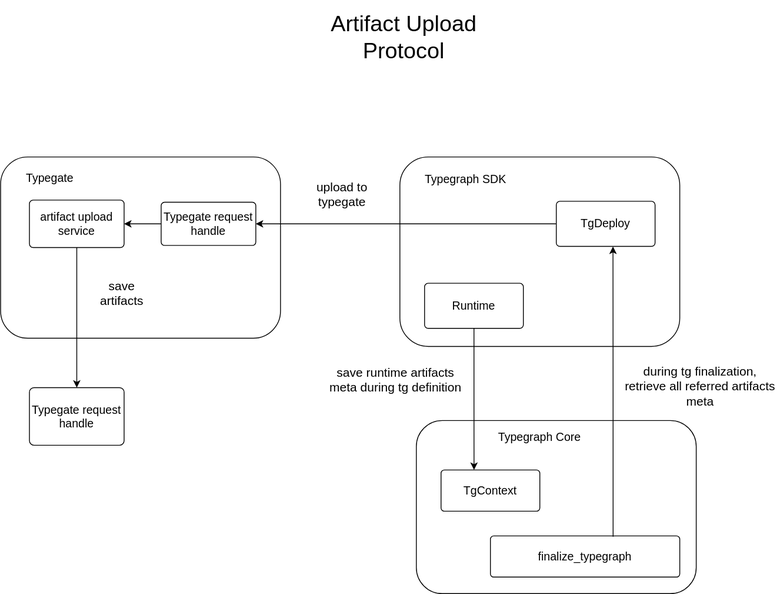
Before: docs/workflows/artifact_upload_protocol.drawio.svg, a diagram exported from draw.io (metatypedev/metatype). Source tidied: cells renumbered, new cells last; positions are measured from the earlier drawing's top-left corner, leaving out a move shared by most shapes.
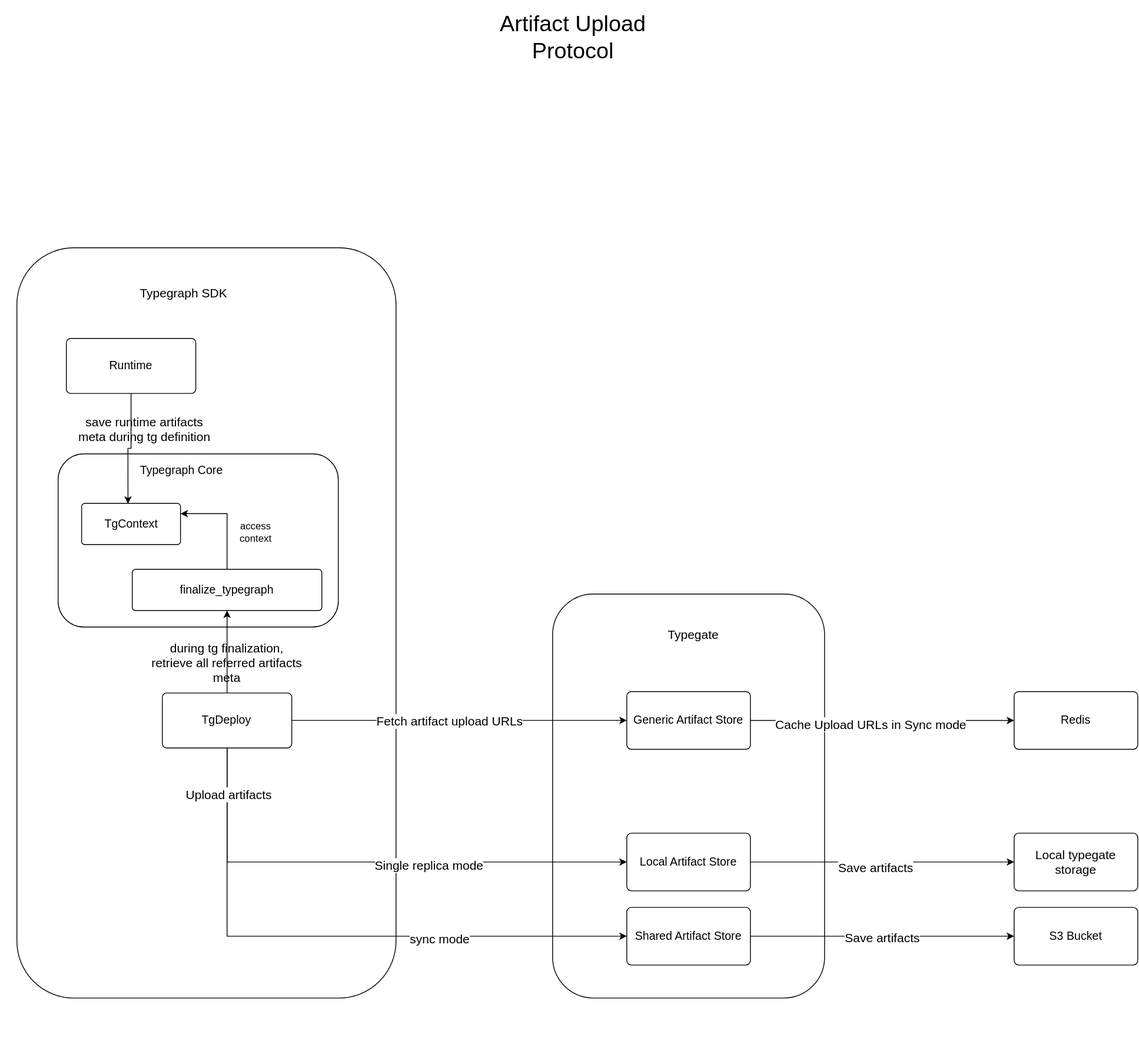
After the change.

Commit message:
chore(docs): update artifact upload protocol diagram

What changed in the source:
```diff
@@ -3,82 +3,129 @@
     <mxCell id="0" />
     <mxCell id="1" parent="0" />
     <mxCell id="2" value="&lt;font style=&quot;font-size: 27px;&quot;&gt;Artifact Upload Protocol&lt;/font&gt;" style="text;html=1;align=center;verticalAlign=middle;whiteSpace=wrap;rounded=0;" parent="1" vertex="1">
-      <mxGeometry x="365" width="250" height="90" as="geometry" />
+      <mxGeometry x="230" y="-60" width="250" height="90" as="geometry" />
     </mxCell>
-    <mxCell id="3" style="group;" parent="1" vertex="1">
-      <mxGeometry y="190" width="500" height="220" as="geometry" />
-    </mxCell>
-    <mxCell id="4" style="rounded=1;whiteSpace=wrap;html=1;" parent="3" vertex="1">
-      <mxGeometry width="340" height="220" as="geometry" />
-    </mxCell>
-    <mxCell id="5" value="&lt;font style=&quot;font-size: 14px;&quot;&gt;Typegate&lt;/font&gt;" style="text;html=1;align=center;verticalAlign=middle;whiteSpace=wrap;rounded=0;" parent="3" vertex="1">
-      <mxGeometry x="20" y="10.5" width="80" height="31.4" as="geometry" />
-    </mxCell>
-    <mxCell id="6" style="edgeStyle=orthogonalEdgeStyle;rounded=0;jettySize=auto;html=1;entryX=1;entryY=0.5;entryDx=0;entryDy=0;" parent="3" edge="1" source="7" target="8">
-      <mxGeometry relative="1" as="geometry" />
-    </mxCell>
-    <mxCell id="7" value="&lt;font style=&quot;font-size: 14px;&quot;&gt;Typegate request handle&lt;/font&gt;" style="rounded=1;whiteSpace=wrap;html=1;arcSize=8;" parent="3" vertex="1">
-      <mxGeometry x="195" y="55" width="115" height="52.4" as="geometry" />
-    </mxCell>
-    <mxCell id="8" value="&lt;font style=&quot;font-size: 14px;&quot;&gt;artifact upload service&lt;/font&gt;" style="rounded=1;whiteSpace=wrap;html=1;arcSize=8;align=center;" parent="3" vertex="1">
-      <mxGeometry x="35" y="52.4" width="115" height="57.6" as="geometry" />
-    </mxCell>
-    <mxCell id="9" value="&lt;font style=&quot;font-size: 15px;&quot;&gt;upload to typegate&lt;/font&gt;" style="text;html=1;align=center;verticalAlign=middle;whiteSpace=wrap;rounded=0;" parent="3" vertex="1">
-      <mxGeometry x="375" y="20" width="80" height="50" as="geometry" />
-    </mxCell>
-    <mxCell id="10" value="&lt;font style=&quot;font-size: 15px;&quot;&gt;save artifacts&lt;/font&gt;" style="text;html=1;align=center;verticalAlign=middle;whiteSpace=wrap;rounded=0;" parent="3" vertex="1">
-      <mxGeometry x="105" y="140" width="85" height="50" as="geometry" />
-    </mxCell>
-    <mxCell id="11" style="group;" parent="1" vertex="1">
-      <mxGeometry x="485" y="190" width="340" height="230" as="geometry" />
-    </mxCell>
-    <mxCell id="12" style="rounded=1;whiteSpace=wrap;html=1;" parent="11" vertex="1">
-      <mxGeometry width="340" height="230" as="geometry" />
-    </mxCell>
+    <mxCell id="27" style="group;" parent="1" vertex="1">
+      <mxGeometry x="-340" y="240" width="480" height="960" as="geometry" />
+    </mxCell>
+    <mxCell id="28" style="rounded=1;whiteSpace=wrap;html=1;" parent="27" vertex="1">
+      <mxGeometry x="20" width="460" height="910" as="geometry" />
+    </mxCell>
-    <mxCell id="13" value="&lt;font style=&quot;font-size: 14px;&quot;&gt;Typegraph SDK&lt;/font&gt;" style="text;html=1;align=center;verticalAlign=middle;whiteSpace=wrap;rounded=0;" parent="11" vertex="1">
-      <mxGeometry x="10" y="11" width="140" height="32.9" as="geometry" />
+    <mxCell id="13" value="&lt;font style=&quot;font-size: 15px;&quot;&gt;Typegraph SDK&lt;/font&gt;" style="text;html=1;align=center;verticalAlign=middle;whiteSpace=wrap;rounded=0;" parent="27" vertex="1">
+      <mxGeometry x="122.7" y="30" width="199.3" height="50.6" as="geometry" />
     </mxCell>
-    <mxCell id="14" value="&lt;font style=&quot;font-size: 14px;&quot;&gt;Runtime&lt;/font&gt;" style="rounded=1;whiteSpace=wrap;html=1;arcSize=8;" parent="11" vertex="1">
-      <mxGeometry x="30" y="153.3" width="120" height="54.8" as="geometry" />
-    </mxCell>
-    <mxCell id="15" value="&lt;font style=&quot;font-size: 14px;&quot;&gt;TgDeploy&lt;/font&gt;" style="rounded=1;whiteSpace=wrap;html=1;arcSize=8;" parent="11" vertex="1">
-      <mxGeometry x="190" y="53.8" width="120" height="54.8" as="geometry" />
-    </mxCell>
-    <mxCell id="16" style="group;" parent="1" vertex="1">
-      <mxGeometry x="505" y="510" width="340" height="210" as="geometry" />
-    </mxCell>
+    <mxCell id="29" style="group;" parent="27" vertex="1">
+      <mxGeometry x="70" y="250" width="340" height="210" as="geometry" />
+    </mxCell>
-    <mxCell id="17" style="rounded=1;whiteSpace=wrap;html=1;" parent="16" vertex="1">
+    <mxCell id="17" style="rounded=1;whiteSpace=wrap;html=1;" parent="29" vertex="1">
       <mxGeometry width="340" height="210" as="geometry" />
     </mxCell>
-    <mxCell id="18" value="&lt;font style=&quot;font-size: 14px;&quot;&gt;Typegraph Core&lt;/font&gt;" style="text;html=1;align=center;verticalAlign=middle;whiteSpace=wrap;rounded=0;" parent="16" vertex="1">
+    <mxCell id="18" value="&lt;font style=&quot;font-size: 14px;&quot;&gt;Typegraph Core&lt;/font&gt;" style="text;html=1;align=center;verticalAlign=middle;whiteSpace=wrap;rounded=0;" parent="29" vertex="1">
       <mxGeometry x="80" y="5" width="140" height="30" as="geometry" />
     </mxCell>
-    <mxCell id="19" value="&lt;font style=&quot;font-size: 14px;&quot;&gt;TgContext&lt;/font&gt;" style="rounded=1;whiteSpace=wrap;html=1;arcSize=8;" parent="16" vertex="1">
-      <mxGeometry x="30" y="60" width="120" height="50" as="geometry" />
+    <mxCell id="19" value="&lt;font style=&quot;font-size: 14px;&quot;&gt;TgContext&lt;/font&gt;" style="rounded=1;whiteSpace=wrap;html=1;arcSize=8;" parent="29" vertex="1">
+      <mxGeometry x="28.5" y="60" width="120" height="50" as="geometry" />
     </mxCell>
+    <mxCell id="30" style="edgeStyle=orthogonalEdgeStyle;rounded=0;jettySize=auto;html=1;entryX=1;entryY=0.25;entryDx=0;entryDy=0;" parent="29" edge="1" source="20" target="19">
+      <mxGeometry relative="1" as="geometry" />
+    </mxCell>
-    <mxCell id="20" value="&lt;span style=&quot;font-size: 14px;&quot;&gt;finalize_typegraph&lt;/span&gt;" style="rounded=1;whiteSpace=wrap;html=1;arcSize=8;" parent="16" vertex="1">
+    <mxCell id="20" value="&lt;span style=&quot;font-size: 14px;&quot;&gt;finalize_typegraph&lt;/span&gt;" style="rounded=1;whiteSpace=wrap;html=1;arcSize=8;" parent="29" vertex="1">
       <mxGeometry x="90" y="140" width="230" height="50" as="geometry" />
     </mxCell>
-    <mxCell id="21" value="&lt;font style=&quot;font-size: 14px;&quot;&gt;Typegate request handle&lt;/font&gt;" style="rounded=1;whiteSpace=wrap;html=1;arcSize=8;" parent="1" vertex="1">
-      <mxGeometry x="35" y="470" width="115" height="70" as="geometry" />
-    </mxCell>
-    <mxCell id="22" style="edgeStyle=orthogonalEdgeStyle;rounded=0;jettySize=auto;html=1;entryX=0.5;entryY=0;entryDx=0;entryDy=0;" parent="1" edge="1" source="8" target="21">
-      <mxGeometry relative="1" as="geometry" />
-    </mxCell>
-    <mxCell id="23" style="edgeStyle=orthogonalEdgeStyle;rounded=0;jettySize=auto;html=1;" parent="1" edge="1" source="15" target="7">
-      <mxGeometry relative="1" as="geometry" />
-    </mxCell>
+    <mxCell id="31" value="access context" style="text;html=1;align=center;verticalAlign=middle;whiteSpace=wrap;rounded=0;" parent="29" vertex="1">
+      <mxGeometry x="210" y="80" width="60" height="30" as="geometry" />
+    </mxCell>
+    <mxCell id="14" value="&lt;font style=&quot;font-size: 14px;&quot;&gt;Runtime&lt;/font&gt;" style="rounded=1;whiteSpace=wrap;html=1;arcSize=8;" parent="27" vertex="1">
+      <mxGeometry x="80" y="110" width="157.1" height="66.7" as="geometry" />
+    </mxCell>
-    <mxCell id="24" style="edgeStyle=orthogonalEdgeStyle;rounded=0;jettySize=auto;html=1;entryX=0.334;entryY=-0.002;entryDx=0;entryDy=0;entryPerimeter=0;" parent="1" edge="1" source="14" target="19">
+    <mxCell id="24" style="edgeStyle=orthogonalEdgeStyle;rounded=0;jettySize=auto;html=1;entryX=0.469;entryY=0.01;entryDx=0;entryDy=0;entryPerimeter=0;" parent="27" edge="1" source="14" target="19">
       <mxGeometry relative="1" as="geometry" />
     </mxCell>
-    <mxCell id="25" style="edgeStyle=orthogonalEdgeStyle;rounded=0;jettySize=auto;html=1;entryX=0.574;entryY=1.004;entryDx=0;entryDy=0;entryPerimeter=0;exitX=0.648;exitY=0.021;exitDx=0;exitDy=0;exitPerimeter=0;" parent="1" edge="1" source="20" target="15">
-      <mxGeometry relative="1" as="geometry" />
-    </mxCell>
-    <mxCell id="26" value="&lt;font style=&quot;font-size: 15px;&quot;&gt;save runtime artifacts meta during tg definition&lt;/font&gt;" style="text;html=1;align=center;verticalAlign=middle;whiteSpace=wrap;rounded=0;" parent="1" vertex="1">
-      <mxGeometry x="395" y="430" width="170" height="60" as="geometry" />
+    <mxCell id="26" value="&lt;font style=&quot;font-size: 15px;&quot;&gt;save runtime artifacts meta during tg definition&lt;/font&gt;" style="text;html=1;align=center;verticalAlign=middle;whiteSpace=wrap;rounded=0;" parent="27" vertex="1">
+      <mxGeometry x="90" y="190" width="170" height="60" as="geometry" />
     </mxCell>
-    <mxCell id="27" value="&lt;font style=&quot;font-size: 15px;&quot;&gt;during tg finalization, retrieve all referred artifacts meta&lt;/font&gt;" style="text;html=1;align=center;verticalAlign=middle;whiteSpace=wrap;rounded=0;" parent="1" vertex="1">
-      <mxGeometry x="755" y="445" width="190" height="45" as="geometry" />
-    </mxCell>
+    <mxCell id="32" style="edgeStyle=orthogonalEdgeStyle;rounded=0;jettySize=auto;html=1;entryX=0.5;entryY=1;entryDx=0;entryDy=0;" parent="27" edge="1" source="15" target="20">
+      <mxGeometry relative="1" as="geometry" />
+    </mxCell>
+    <mxCell id="15" value="&lt;font style=&quot;font-size: 14px;&quot;&gt;TgDeploy&lt;/font&gt;" style="rounded=1;whiteSpace=wrap;html=1;arcSize=8;" parent="27" vertex="1">
+      <mxGeometry x="196.5" y="540" width="157.1" height="66.7" as="geometry" />
+    </mxCell>
+    <mxCell id="33" value="&lt;font style=&quot;font-size: 15px;&quot;&gt;during tg finalization, retrieve all referred artifacts meta&lt;/font&gt;" style="text;html=1;align=center;verticalAlign=middle;whiteSpace=wrap;rounded=0;" parent="27" vertex="1">
+      <mxGeometry x="180" y="480" width="190" height="45" as="geometry" />
+    </mxCell>
+    <mxCell id="34" style="group;" parent="1" vertex="1">
+      <mxGeometry x="320" y="660" width="375" height="560" as="geometry" />
+    </mxCell>
+    <mxCell id="35" style="rounded=1;whiteSpace=wrap;html=1;" parent="34" vertex="1">
+      <mxGeometry x="10" width="330" height="490" as="geometry" />
+    </mxCell>
+    <mxCell id="5" value="&lt;font style=&quot;font-size: 15px;&quot;&gt;Typegate&lt;/font&gt;" style="text;html=1;align=center;verticalAlign=middle;whiteSpace=wrap;rounded=0;" parent="34" vertex="1">
+      <mxGeometry x="100" y="32.9" width="162.5" height="32.9" as="geometry" />
+    </mxCell>
+    <mxCell id="36" value="&lt;font style=&quot;font-size: 14px;&quot;&gt;Local Artifact Store&lt;/font&gt;" style="rounded=1;whiteSpace=wrap;html=1;arcSize=8;align=center;" parent="34" vertex="1">
+      <mxGeometry x="100" y="290" width="150" height="70" as="geometry" />
+    </mxCell>
+    <mxCell id="37" value="&lt;font style=&quot;font-size: 14px;&quot;&gt;Shared Artifact Store&lt;/font&gt;" style="rounded=1;whiteSpace=wrap;html=1;arcSize=8;align=center;" parent="34" vertex="1">
+      <mxGeometry x="100" y="380" width="150" height="70" as="geometry" />
+    </mxCell>
+    <mxCell id="38" value="&lt;font style=&quot;font-size: 14px;&quot;&gt;Generic Artifact Store&lt;/font&gt;" style="rounded=1;whiteSpace=wrap;html=1;arcSize=8;align=center;" parent="34" vertex="1">
+      <mxGeometry x="100" y="118.3" width="150" height="70" as="geometry" />
+    </mxCell>
+    <mxCell id="39" style="edgeStyle=orthogonalEdgeStyle;rounded=0;jettySize=auto;html=1;entryX=0;entryY=0.5;entryDx=0;entryDy=0;exitX=0.5;exitY=1;exitDx=0;exitDy=0;" parent="1" edge="1" source="15" target="36">
+      <mxGeometry relative="1" as="geometry">
+        <Array as="points">
+          <mxPoint x="-65" y="985" />
+        </Array>
+      </mxGeometry>
+    </mxCell>
+    <mxCell id="40" value="&lt;font style=&quot;font-size: 15px;&quot;&gt;Single replica mode&lt;/font&gt;" style="edgeLabel;html=1;align=center;verticalAlign=middle;" parent="39" vertex="1">
+      <mxGeometry x="0.23" y="-3" relative="1" as="geometry" />
+    </mxCell>
+    <mxCell id="41" style="edgeStyle=orthogonalEdgeStyle;rounded=0;jettySize=auto;html=1;entryX=0;entryY=0.5;entryDx=0;entryDy=0;exitX=0.5;exitY=1;exitDx=0;exitDy=0;" parent="1" edge="1" source="15" target="37">
+      <mxGeometry relative="1" as="geometry" />
+    </mxCell>
+    <mxCell id="42" value="&lt;font style=&quot;font-size: 15px;&quot;&gt;Upload artifacts&lt;/font&gt;" style="edgeLabel;html=1;align=center;verticalAlign=middle;" parent="41" vertex="1">
+      <mxGeometry x="-0.85" y="1" relative="1" as="geometry" />
+    </mxCell>
+    <mxCell id="43" value="sync mode" style="edgeLabel;html=1;align=center;verticalAlign=middle;fontSize=15;" parent="41" vertex="1">
+      <mxGeometry x="0.36" y="-2" relative="1" as="geometry" />
+    </mxCell>
+    <mxCell id="44" style="edgeStyle=orthogonalEdgeStyle;rounded=0;jettySize=auto;html=1;" parent="1" edge="1" source="15" target="38">
+      <mxGeometry relative="1" as="geometry" />
+    </mxCell>
+    <mxCell id="45" value="&lt;font style=&quot;font-size: 15px;&quot;&gt;Fetch artifact upload URLs&lt;/font&gt;" style="edgeLabel;html=1;align=center;verticalAlign=middle;" parent="44" vertex="1">
+      <mxGeometry x="-0.06" relative="1" as="geometry" />
+    </mxCell>
+    <mxCell id="46" value="&lt;font style=&quot;font-size: 14px;&quot;&gt;Redis&lt;/font&gt;" style="rounded=1;whiteSpace=wrap;html=1;arcSize=8;align=center;" parent="1" vertex="1">
+      <mxGeometry x="890" y="778.3" width="150" height="70" as="geometry" />
+    </mxCell>
+    <mxCell id="47" style="edgeStyle=orthogonalEdgeStyle;rounded=0;jettySize=auto;html=1;entryX=0;entryY=0.5;entryDx=0;entryDy=0;" parent="1" edge="1" source="38" target="46">
+      <mxGeometry relative="1" as="geometry" />
+    </mxCell>
+    <mxCell id="48" value="&lt;font style=&quot;font-size: 15px;&quot;&gt;Cache Upload URLs in Sync mode&lt;/font&gt;" style="edgeLabel;html=1;align=center;verticalAlign=middle;" parent="47" vertex="1">
+      <mxGeometry x="-0.09" y="-3" relative="1" as="geometry" />
+    </mxCell>
+    <mxCell id="49" value="&lt;font style=&quot;font-size: 14px;&quot;&gt;S3 Bucket&lt;/font&gt;" style="rounded=1;whiteSpace=wrap;html=1;arcSize=8;align=center;" parent="1" vertex="1">
+      <mxGeometry x="890" y="1040" width="150" height="70" as="geometry" />
+    </mxCell>
+    <mxCell id="50" value="&lt;font style=&quot;font-size: 15px;&quot;&gt;Local typegate storage&lt;/font&gt;" style="rounded=1;whiteSpace=wrap;html=1;arcSize=8;align=center;" parent="1" vertex="1">
+      <mxGeometry x="890" y="950" width="150" height="70" as="geometry" />
+    </mxCell>
+    <mxCell id="51" style="edgeStyle=orthogonalEdgeStyle;rounded=0;jettySize=auto;html=1;entryX=0;entryY=0.5;entryDx=0;entryDy=0;" parent="1" edge="1" source="36" target="50">
+      <mxGeometry relative="1" as="geometry" />
+    </mxCell>
+    <mxCell id="52" value="&lt;span style=&quot;font-size: 15px;&quot;&gt;Save artifacts&lt;/span&gt;" style="edgeLabel;html=1;align=center;verticalAlign=middle;" parent="51" vertex="1">
+      <mxGeometry x="-0.06" y="-6" relative="1" as="geometry">
+        <mxPoint x="1" as="offset" />
+      </mxGeometry>
+    </mxCell>
+    <mxCell id="53" style="edgeStyle=orthogonalEdgeStyle;rounded=0;jettySize=auto;html=1;entryX=0;entryY=0.5;entryDx=0;entryDy=0;" parent="1" edge="1" source="37" target="49">
+      <mxGeometry relative="1" as="geometry" />
+    </mxCell>
+    <mxCell id="54" value="&lt;font style=&quot;font-size: 15px;&quot;&gt;Save artifacts&lt;/font&gt;" style="edgeLabel;html=1;align=center;verticalAlign=middle;" parent="53" vertex="1">
+      <mxGeometry x="-0.02" y="-1" relative="1" as="geometry">
+        <mxPoint x="1" as="offset" />
+      </mxGeometry>
+    </mxCell>
   </root>
 </mxGraphModel>
```
